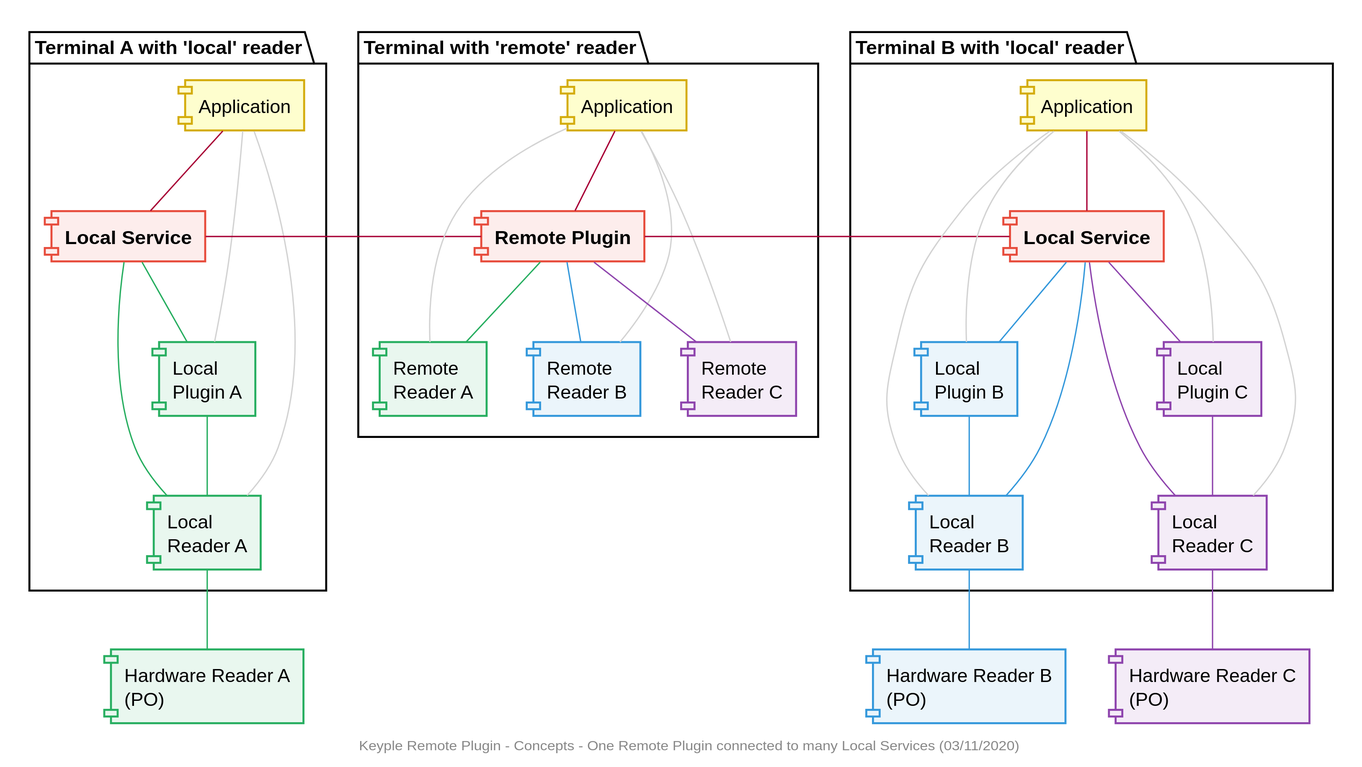
This is media/remote-plugin/component/Remote_Component_Concepts_2.svg from yvonneyam/keyple-website, a PlantUML export, as it was before one commit.
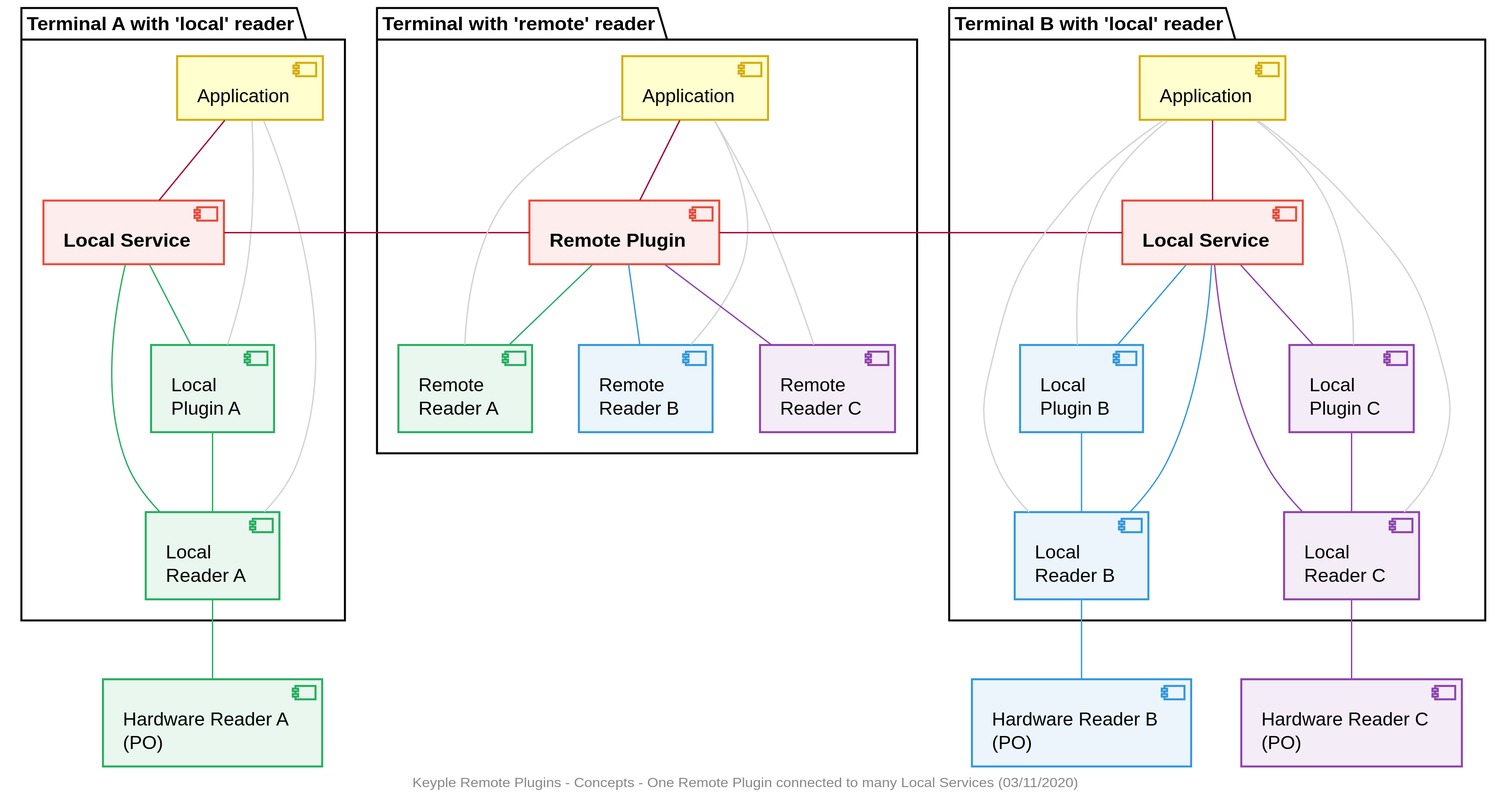
Above is the later version.

Change to the diagram source:
```diff
@@ -1,9 +1,14 @@
 @startuml
 footer
-    Keyple Remote Plugin - Concepts - One Remote Plugin connected to many Local Services (03/11/2020)
+    Keyple Remote Plugins - Concepts - One Remote Plugin connected to many Local Services (03/11/2020)
 end footer
 
 
+!define COLOR_RED E74C3C
+!define COLOR_PURPLE 8E44AD
+!define COLOR_BLUE 3498DB
+!define COLOR_GREEN 27AE60
+!define COLOR_GREY 2C3E50
 skinparam Shadowing false
 skinparam component {
     BorderColor #D4AC0D
@@ -54,10 +59,10 @@
 appA -- localPluginA #LightGrey
 appA -- localReaderA #LightGrey
 appA -- localServiceA
-localPluginA -- localReaderA #27AE60
-localServiceA -- localPluginA #27AE60
-localServiceA -- localReaderA #27AE60
-localReaderA -- readerA #27AE60
+localPluginA -- localReaderA #COLOR_GREEN
+localServiceA -- localPluginA #COLOR_GREEN
+localServiceA -- localReaderA #COLOR_GREEN
+localReaderA -- readerA #COLOR_GREEN
 
 localServiceA - remotePlugin
 
@@ -65,25 +70,25 @@
 app -- remoteReaderA #LightGrey
 app -- remoteReaderB #LightGrey
 app -- remoteReaderC #LightGrey
-remotePlugin -- remoteReaderA #27AE60
-remotePlugin -- remoteReaderB #3498DB
-remotePlugin -- remoteReaderC #8E44AD
+remotePlugin -- remoteReaderA #COLOR_GREEN
+remotePlugin -- remoteReaderB #COLOR_BLUE
+remotePlugin -- remoteReaderC #COLOR_PURPLE
 
 remotePlugin - localServiceB
 
 appB -- localPluginB #LightGrey
 appB -- localReaderB #LightGrey
 appB -- localServiceB
-localPluginB -- localReaderB #3498DB
-localServiceB -- localPluginB #3498DB
-localServiceB -- localReaderB #3498DB
-localReaderB -- readerB #3498DB
+localPluginB -- localReaderB #COLOR_BLUE
+localServiceB -- localPluginB #COLOR_BLUE
+localServiceB -- localReaderB #COLOR_BLUE
+localReaderB -- readerB #COLOR_BLUE
 
 appB -- localPluginC #LightGrey
 appB -- localReaderC #LightGrey
-localServiceB -- localPluginC #8E44AD
-localServiceB -- localReaderC #8E44AD
-localPluginC -- localReaderC #8E44AD
-localReaderC -- readerC #8E44AD
+localServiceB -- localPluginC #COLOR_PURPLE
+localServiceB -- localReaderC #COLOR_PURPLE
+localPluginC -- localReaderC #COLOR_PURPLE
+localReaderC -- readerC #COLOR_PURPLE
 
 @enduml
```
